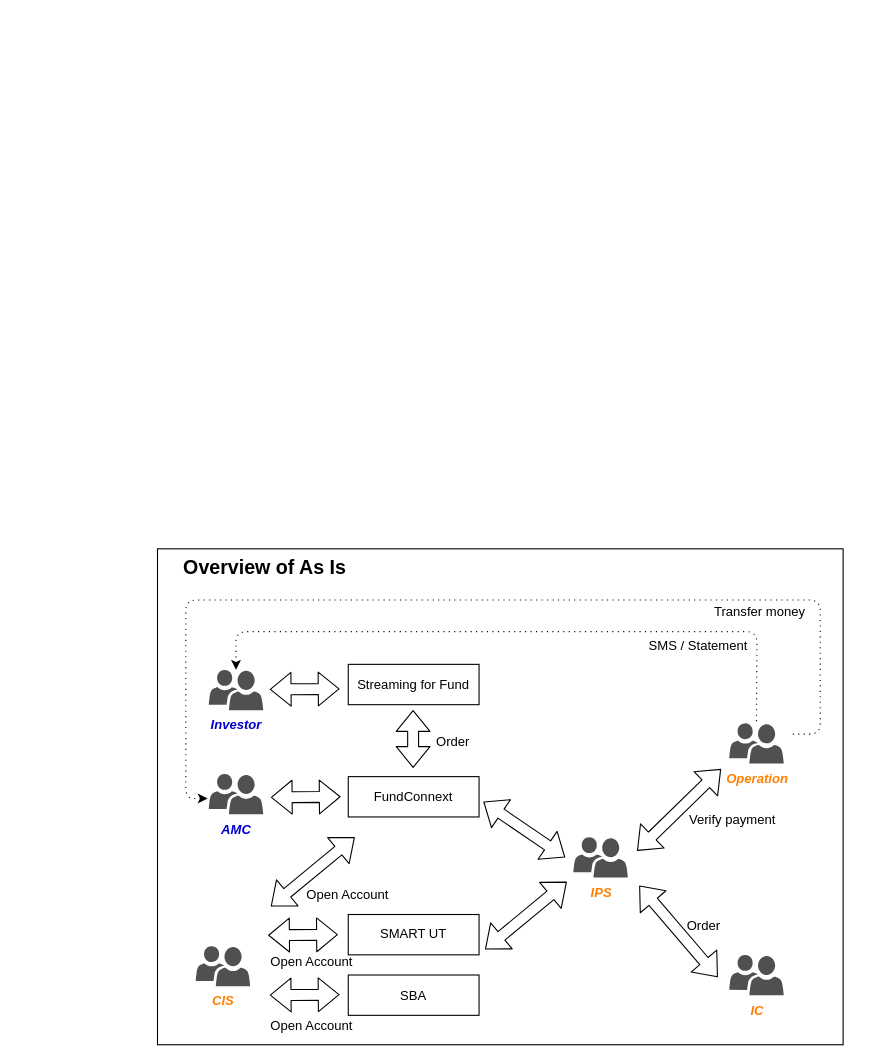
This is page "Overview-As-Is" (1 of 7) of UT Diagram.drawio from peerapongdev/diagrams, a draw.io file, before an edit. Source tidied: cells renumbered, new cells numbered last; positions are measured from the earlier drawing's top-left corner, leaving out a move shared by most shapes. Both pictures are drawn from the tidied source at 109%, with x=0, y=0 at pixel (157, 548).
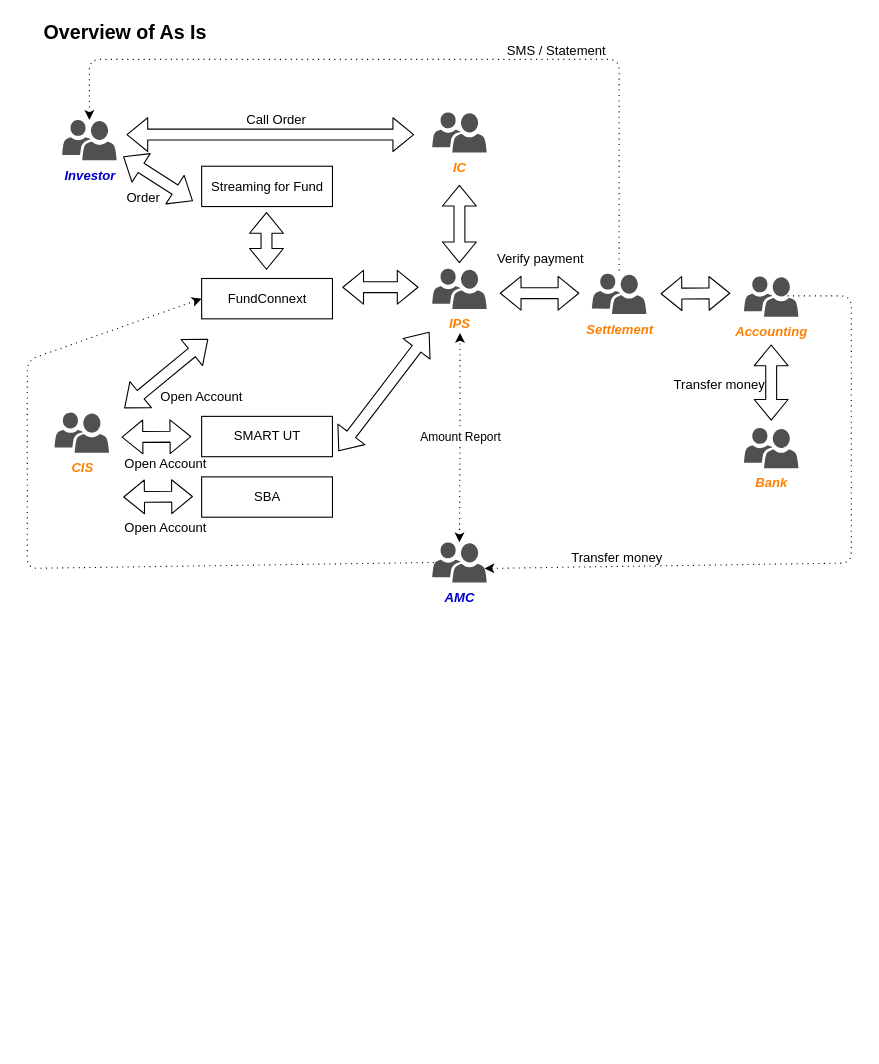
After the change.

The edit, as a diff of the source:
```diff
@@
-    <mxCell id="2" style="rounded=0;whiteSpace=wrap;html=1;fontColor=#FF8000;" parent="1" vertex="1">
-      <mxGeometry width="629" height="455" as="geometry" />
-    </mxCell>
     <mxCell id="3" value="IPS" style="shadow=0;dashed=0;html=1;strokeColor=none;labelPosition=center;verticalLabelPosition=bottom;verticalAlign=top;align=center;shape=mxgraph.mscae.intune.user_group;fillColor=#505050;fontStyle=3;fontColor=#FF8000;" parent="1" vertex="1">
-      <mxGeometry x="381.5" y="264.5" width="50" height="37" as="geometry" />
+      <mxGeometry x="252" y="-257" width="50" height="37" as="geometry" />
     </mxCell>
     <mxCell id="4" style="shape=flexArrow;endArrow=classic;startArrow=classic;html=1;" parent="1" edge="1">
       <mxGeometry relative="1" as="geometry">
-        <mxPoint x="103" y="129" as="sourcePoint" />
-        <mxPoint x="167" y="128.5" as="targetPoint" />
+        <mxPoint x="-31.5" y="-360" as="sourcePoint" />
+        <mxPoint x="32.5" y="-319" as="targetPoint" />
       </mxGeometry>
     </mxCell>
     <mxCell id="5" value="IC" style="shadow=0;dashed=0;html=1;strokeColor=none;labelPosition=center;verticalLabelPosition=bottom;verticalAlign=top;align=center;shape=mxgraph.mscae.intune.user_group;fillColor=#505050;fontStyle=3;fontColor=#FF8000;" parent="1" vertex="1">
-      <mxGeometry x="524.5" y="372.5" width="50" height="37" as="geometry" />
+      <mxGeometry x="252" y="-400.5" width="50" height="37" as="geometry" />
     </mxCell>
-    <mxCell id="6" style="shape=flexArrow;endArrow=classic;startArrow=classic;html=1;" parent="1" edge="1">
-      <mxGeometry relative="1" as="geometry">
-        <mxPoint x="514" y="393" as="sourcePoint" />
-        <mxPoint x="442" y="309" as="targetPoint" />
-      </mxGeometry>
-    </mxCell>
     <mxCell id="7" value="Investor" style="shadow=0;dashed=0;html=1;strokeColor=none;labelPosition=center;verticalLabelPosition=bottom;verticalAlign=top;align=center;shape=mxgraph.mscae.intune.user_group;fillColor=#505050;fontStyle=3;fontColor=#0000CC;" parent="1" vertex="1">
-      <mxGeometry x="47" y="111" width="50" height="37" as="geometry" />
+      <mxGeometry x="-87.5" y="-393.5" width="50" height="37" as="geometry" />
     </mxCell>
     <mxCell id="8" style="shape=flexArrow;endArrow=classic;startArrow=classic;html=1;" parent="1" edge="1">
       <mxGeometry relative="1" as="geometry">
-        <mxPoint x="234.5" y="148" as="sourcePoint" />
-        <mxPoint x="234.5" y="201" as="targetPoint" />
+        <mxPoint x="100" y="-309" as="sourcePoint" />
+        <mxPoint x="100" y="-256" as="targetPoint" />
       </mxGeometry>
     </mxCell>
     <mxCell id="9" value="&lt;span&gt;Streaming for Fund&lt;/span&gt;" style="rounded=0;whiteSpace=wrap;html=1;" parent="1" vertex="1">
-      <mxGeometry x="175" y="106" width="120" height="37" as="geometry" />
+      <mxGeometry x="40.5" y="-351" width="120" height="37" as="geometry" />
     </mxCell>
     <mxCell id="10" value="&lt;span&gt;FundConnext&lt;/span&gt;" style="rounded=0;whiteSpace=wrap;html=1;" parent="1" vertex="1">
-      <mxGeometry x="175" y="209" width="120" height="37" as="geometry" />
+      <mxGeometry x="40.5" y="-248" width="120" height="37" as="geometry" />
     </mxCell>
-    <mxCell id="11" value="Operation" style="shadow=0;dashed=0;html=1;strokeColor=none;labelPosition=center;verticalLabelPosition=bottom;verticalAlign=top;align=center;shape=mxgraph.mscae.intune.user_group;fillColor=#505050;fontStyle=3;fontColor=#FF8000;" parent="1" vertex="1">
-      <mxGeometry x="524.5" y="160" width="50" height="37" as="geometry" />
+    <mxCell id="11" value="Settlement" style="shadow=0;dashed=0;html=1;strokeColor=none;labelPosition=center;verticalLabelPosition=bottom;verticalAlign=top;align=center;shape=mxgraph.mscae.intune.user_group;fillColor=#505050;fontStyle=3;fontColor=#FF8000;" parent="1" vertex="1">
+      <mxGeometry x="398.5" y="-252.5" width="50" height="37" as="geometry" />
     </mxCell>
     <mxCell id="12" style="shape=flexArrow;endArrow=classic;startArrow=classic;html=1;" parent="1" edge="1">
       <mxGeometry relative="1" as="geometry">
-        <mxPoint x="517" y="202" as="sourcePoint" />
-        <mxPoint x="440" y="277" as="targetPoint" />
+        <mxPoint x="387" y="-234.5" as="sourcePoint" />
+        <mxPoint x="314" y="-234.5" as="targetPoint" />
       </mxGeometry>
     </mxCell>
     <mxCell id="13" value="SMART UT" style="rounded=0;whiteSpace=wrap;html=1;" parent="1" vertex="1">
-      <mxGeometry x="175" y="335.5" width="120" height="37" as="geometry" />
+      <mxGeometry x="40.5" y="-121.5" width="120" height="37" as="geometry" />
     </mxCell>
     <mxCell id="14" style="shape=flexArrow;endArrow=classic;startArrow=classic;html=1;" parent="1" edge="1">
       <mxGeometry relative="1" as="geometry">
-        <mxPoint x="299" y="232" as="sourcePoint" />
-        <mxPoint x="374" y="283" as="targetPoint" />
+        <mxPoint x="169.5" y="-240" as="sourcePoint" />
+        <mxPoint x="239.5" y="-240" as="targetPoint" />
       </mxGeometry>
     </mxCell>
-    <mxCell id="15" value="Order" style="text;html=1;align=left;verticalAlign=top;spacingTop=-4;" parent="1" vertex="1">
-      <mxGeometry x="254" y="167" width="41" height="14" as="geometry" />
+    <mxCell id="15" value="Call Order" style="text;html=1;align=left;verticalAlign=top;spacingTop=-4;" parent="1" vertex="1">
+      <mxGeometry x="80" y="-403" width="65" height="14" as="geometry" />
     </mxCell>
     <mxCell id="16" value="Verify payment" style="text;html=1;align=left;verticalAlign=top;spacingTop=-4;" parent="1" vertex="1">
-      <mxGeometry x="485.5" y="239" width="89" height="14" as="geometry" />
+      <mxGeometry x="309.5" y="-276" width="89" height="14" as="geometry" />
     </mxCell>
-    <mxCell id="17" value="Order" style="text;html=1;align=left;verticalAlign=top;spacingTop=-4;" parent="1" vertex="1">
-      <mxGeometry x="483.5" y="335.5" width="41" height="14" as="geometry" />
-    </mxCell>
     <mxCell id="18" value="SMS / Statement" style="text;html=1;align=left;verticalAlign=top;spacingTop=-4;" parent="1" vertex="1">
-      <mxGeometry x="448.5" y="78.9" width="101" height="14" as="geometry" />
+      <mxGeometry x="319" y="-467.1" width="101" height="14" as="geometry" />
     </mxCell>
     <mxCell id="19" value="AMC" style="shadow=0;dashed=0;html=1;strokeColor=none;labelPosition=center;verticalLabelPosition=bottom;verticalAlign=top;align=center;shape=mxgraph.mscae.intune.user_group;fillColor=#505050;fontStyle=3;fontColor=#0000CC;" parent="1" vertex="1">
-      <mxGeometry x="47" y="206.5" width="50" height="37" as="geometry" />
+      <mxGeometry x="252" y="-6" width="50" height="37" as="geometry" />
     </mxCell>
-    <mxCell id="20" style="shape=flexArrow;endArrow=classic;startArrow=classic;html=1;" parent="1" edge="1">
-      <mxGeometry relative="1" as="geometry">
-        <mxPoint x="104" y="228" as="sourcePoint" />
-        <mxPoint x="168" y="227.5" as="targetPoint" />
-      </mxGeometry>
-    </mxCell>
     <mxCell id="21" value="CIS" style="shadow=0;dashed=0;html=1;strokeColor=none;labelPosition=center;verticalLabelPosition=bottom;verticalAlign=top;align=center;shape=mxgraph.mscae.intune.user_group;fillColor=#505050;fontStyle=3;fontColor=#FF8000;" parent="1" vertex="1">
-      <mxGeometry x="35" y="364.4" width="50" height="37" as="geometry" />
+      <mxGeometry x="-94.5" y="-125.1" width="50" height="37" as="geometry" />
     </mxCell>
     <mxCell id="22" value="Open Account" style="text;html=1;align=left;verticalAlign=top;spacingTop=-4;" parent="1" vertex="1">
-      <mxGeometry x="135" y="308.4" width="86" height="14" as="geometry" />
+      <mxGeometry x="0.5" y="-148.6" width="86" height="14" as="geometry" />
     </mxCell>
     <mxCell id="23" style="endArrow=none;html=1;dashed=1;dashPattern=1 4;startArrow=classic;startFill=1;rounded=1;entryX=0.5;entryY=0;entryDx=0;entryDy=0;entryPerimeter=0;exitX=0.5;exitY=0;exitDx=0;exitDy=0;exitPerimeter=0;" parent="1" edge="1" source="7" target="11">
       <mxGeometry relative="1" as="geometry">
         <Array as="points">
-          <mxPoint x="72" y="76" />
-          <mxPoint x="550" y="76" />
+          <mxPoint x="-62.5" y="-449" />
+          <mxPoint x="423.5" y="-449" />
         </Array>
       </mxGeometry>
     </mxCell>
     <mxCell id="24" style="shape=flexArrow;endArrow=classic;startArrow=classic;html=1;" parent="1" edge="1">
       <mxGeometry relative="1" as="geometry">
-        <mxPoint x="181" y="264.5" as="sourcePoint" />
-        <mxPoint x="104" y="328" as="targetPoint" />
+        <mxPoint x="46.5" y="-192.5" as="sourcePoint" />
+        <mxPoint x="-30.5" y="-129" as="targetPoint" />
       </mxGeometry>
     </mxCell>
     <mxCell id="25" style="shape=flexArrow;endArrow=classic;startArrow=classic;html=1;" parent="1" edge="1">
       <mxGeometry relative="1" as="geometry">
-        <mxPoint x="101.5" y="354.5" as="sourcePoint" />
-        <mxPoint x="165.5" y="354" as="targetPoint" />
+        <mxPoint x="-33" y="-102.5" as="sourcePoint" />
+        <mxPoint x="31" y="-103" as="targetPoint" />
       </mxGeometry>
     </mxCell>
     <mxCell id="26" style="shape=flexArrow;endArrow=classic;startArrow=classic;html=1;" parent="1" edge="1">
       <mxGeometry relative="1" as="geometry">
-        <mxPoint x="300.5" y="367.5" as="sourcePoint" />
-        <mxPoint x="375.5" y="305.5" as="targetPoint" />
+        <mxPoint x="166" y="-89.5" as="sourcePoint" />
+        <mxPoint x="249.5" y="-199" as="targetPoint" />
       </mxGeometry>
     </mxCell>
-    <mxCell id="27" style="endArrow=none;html=1;dashed=1;dashPattern=1 4;startArrow=classic;startFill=1;rounded=1;" parent="1" edge="1">
+    <mxCell id="27" style="endArrow=none;html=1;dashed=1;dashPattern=1 4;startArrow=classic;startFill=1;rounded=1;entryX=0.754;entryY=0.484;entryDx=0;entryDy=0;entryPerimeter=0;exitX=0.96;exitY=0.65;exitDx=0;exitDy=0;exitPerimeter=0;" parent="1" edge="1" source="19" target="34">
       <mxGeometry relative="1" as="geometry">
-        <mxPoint x="46" y="229" as="sourcePoint" />
-        <mxPoint x="581" y="170" as="targetPoint" />
         <Array as="points">
-          <mxPoint x="26" y="229" />
-          <mxPoint x="26" y="47" />
-          <mxPoint x="608" y="47" />
-          <mxPoint x="608" y="170" />
+          <mxPoint x="636.5" y="13" />
+          <mxPoint x="636.5" y="-232" />
         </Array>
       </mxGeometry>
     </mxCell>
     <mxCell id="28" value="Transfer money" style="text;html=1;align=left;verticalAlign=top;spacingTop=-4;" parent="1" vertex="1">
-      <mxGeometry x="508.5" y="48" width="94" height="14" as="geometry" />
+      <mxGeometry x="377.5" y="-1.5" width="94" height="14" as="geometry" />
     </mxCell>
     <mxCell id="29" value="SBA" style="rounded=0;whiteSpace=wrap;html=1;" parent="1" vertex="1">
-      <mxGeometry x="175" y="391" width="120" height="37" as="geometry" />
+      <mxGeometry x="40.5" y="-66" width="120" height="37" as="geometry" />
     </mxCell>
     <mxCell id="30" style="shape=flexArrow;endArrow=classic;startArrow=classic;html=1;" parent="1" edge="1">
       <mxGeometry relative="1" as="geometry">
-        <mxPoint x="103" y="409.5" as="sourcePoint" />
-        <mxPoint x="167" y="409" as="targetPoint" />
+        <mxPoint x="-31.5" y="-47.5" as="sourcePoint" />
+        <mxPoint x="32.5" y="-48" as="targetPoint" />
       </mxGeometry>
     </mxCell>
     <mxCell id="31" value="Open Account" style="text;html=1;align=left;verticalAlign=top;spacingTop=-4;" parent="1" vertex="1">
-      <mxGeometry x="102" y="427.9" width="86" height="14" as="geometry" />
+      <mxGeometry x="-32.5" y="-29.1" width="86" height="14" as="geometry" />
     </mxCell>
     <mxCell id="32" value="Open Account" style="text;html=1;align=left;verticalAlign=top;spacingTop=-4;" parent="1" vertex="1">
-      <mxGeometry x="102" y="368.9" width="86" height="14" as="geometry" />
+      <mxGeometry x="-32.5" y="-88.1" width="86" height="14" as="geometry" />
     </mxCell>
     <mxCell id="33" value="&lt;font color=&quot;#000000&quot; size=&quot;1&quot;&gt;&lt;b style=&quot;font-size: 18px&quot;&gt;Overview of As Is&lt;/b&gt;&lt;/font&gt;" style="text;html=1;align=left;verticalAlign=top;spacingTop=-4;fontColor=#FF8000;" parent="1" vertex="1">
-      <mxGeometry x="22" y="5" width="160" height="16" as="geometry" />
+      <mxGeometry x="-106" y="-486" width="160" height="16" as="geometry" />
     </mxCell>
+    <mxCell id="34" value="Accounting" style="shadow=0;dashed=0;html=1;strokeColor=none;labelPosition=center;verticalLabelPosition=bottom;verticalAlign=top;align=center;shape=mxgraph.mscae.intune.user_group;fillColor=#505050;fontStyle=3;fontColor=#FF8000;" parent="1" vertex="1">
+      <mxGeometry x="538" y="-250" width="50" height="37" as="geometry" />
+    </mxCell>
+    <mxCell id="35" style="shape=flexArrow;endArrow=classic;startArrow=classic;html=1;" parent="1" edge="1">
+      <mxGeometry relative="1" as="geometry">
+        <mxPoint x="461.5" y="-234" as="sourcePoint" />
+        <mxPoint x="525.5" y="-234.5" as="targetPoint" />
+      </mxGeometry>
+    </mxCell>
+    <mxCell id="36" value="Bank" style="shadow=0;dashed=0;html=1;strokeColor=none;labelPosition=center;verticalLabelPosition=bottom;verticalAlign=top;align=center;shape=mxgraph.mscae.intune.user_group;fillColor=#505050;fontStyle=3;fontColor=#FF8000;" parent="1" vertex="1">
+      <mxGeometry x="538" y="-111" width="50" height="37" as="geometry" />
+    </mxCell>
+    <mxCell id="37" style="shape=flexArrow;endArrow=classic;startArrow=classic;html=1;" parent="1" edge="1">
+      <mxGeometry relative="1" as="geometry">
+        <mxPoint x="563" y="-187.5" as="sourcePoint" />
+        <mxPoint x="563" y="-117.5" as="targetPoint" />
+      </mxGeometry>
+    </mxCell>
+    <mxCell id="38" style="shape=flexArrow;endArrow=classic;startArrow=classic;html=1;" parent="1" edge="1">
+      <mxGeometry relative="1" as="geometry">
+        <mxPoint x="235.5" y="-380" as="sourcePoint" />
+        <mxPoint x="-28.5" y="-380" as="targetPoint" />
+      </mxGeometry>
+    </mxCell>
+    <mxCell id="39" style="shape=flexArrow;endArrow=classic;startArrow=classic;html=1;" parent="1" edge="1">
+      <mxGeometry relative="1" as="geometry">
+        <mxPoint x="277" y="-334" as="sourcePoint" />
+        <mxPoint x="277" y="-262" as="targetPoint" />
+      </mxGeometry>
+    </mxCell>
+    <mxCell id="40" value="Transfer money" style="text;html=1;align=left;verticalAlign=top;spacingTop=-4;" parent="1" vertex="1">
+      <mxGeometry x="471.5" y="-160" width="94" height="14" as="geometry" />
+    </mxCell>
+    <mxCell id="41" style="endArrow=none;html=1;dashed=1;dashPattern=1 4;startArrow=classic;startFill=1;rounded=1;entryX=0.05;entryY=0.5;entryDx=0;entryDy=0;entryPerimeter=0;exitX=0;exitY=0.5;exitDx=0;exitDy=0;" parent="1" edge="1" source="10" target="19">
+      <mxGeometry relative="1" as="geometry">
+        <Array as="points">
+          <mxPoint x="-119.5" y="-173" />
+          <mxPoint x="-119.5" y="18" />
+        </Array>
+      </mxGeometry>
+    </mxCell>
+    <mxCell id="42" value="Amount Report" style="endArrow=classic;html=1;dashed=1;dashPattern=1 4;startArrow=classic;startFill=1;rounded=1;exitX=0.5;exitY=0;exitDx=0;exitDy=0;exitPerimeter=0;endFill=1;" parent="1" edge="1" source="19">
+      <mxGeometry relative="1" as="geometry">
+        <mxPoint x="277.5" y="-198" as="targetPoint" />
+        <Array as="points">
+          <mxPoint x="277.5" y="-95" />
+        </Array>
+      </mxGeometry>
+    </mxCell>
+    <mxCell id="17" value="Order" style="text;html=1;align=left;verticalAlign=top;spacingTop=-4;" parent="1" vertex="1">
+      <mxGeometry x="-30.5" y="-332.5" width="41" height="14" as="geometry" />
+    </mxCell>
```
